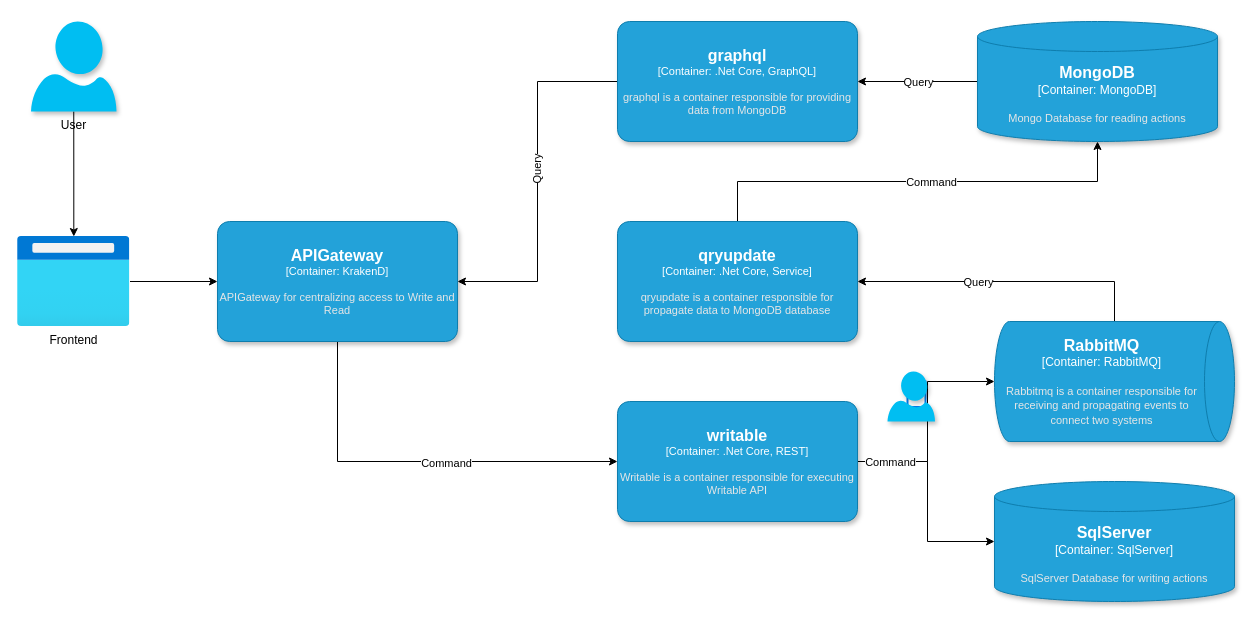
Before: container.drawio in dynagita/CQRS_Study_Project, a draw.io diagram. Source tidied: cells renumbered, new cells numbered last; positions are measured from the earlier drawing's top-left corner, leaving out a move shared by most shapes. Both pictures are drawn from the tidied source at 100%, with x=0, y=0 at pixel (17, 21).
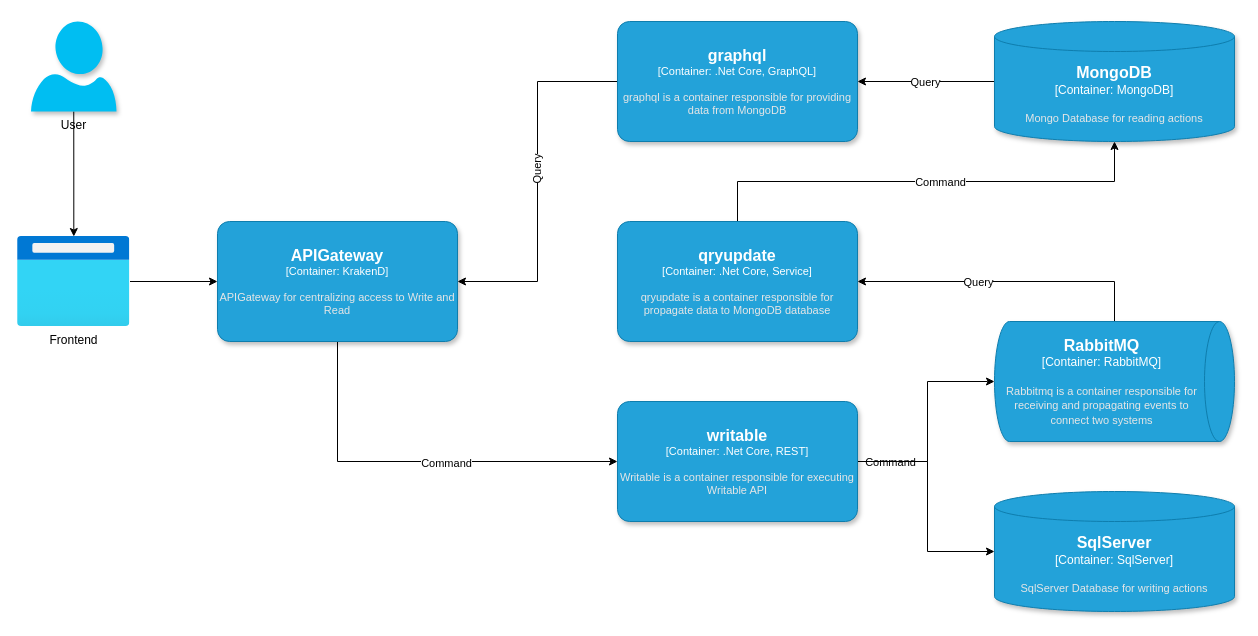
After the change.

Unchanged cells that the change refers to:
```xml
<object id="12" label="&lt;font style=&quot;font-size: 16px&quot;&gt;&lt;b&gt;%c4Name%&lt;/b&gt;&lt;/font&gt;&lt;div&gt;[%c4Type%: %c4Technology%]&lt;/div&gt;&lt;br&gt;&lt;div&gt;&lt;font style=&quot;font-size: 11px&quot;&gt;&lt;font color=&quot;#E6E6E6&quot;&gt;%c4Description%&lt;/font&gt;&lt;/div&gt;" c4Description="Writable is a container responsible for executing Writable API" c4Name="writable" c4Technology=".Net Core, REST" c4Type="Container" placeholders="1">
  <mxCell style="rounded=1;whiteSpace=wrap;html=1;fontSize=11;labelBackgroundColor=none;fillColor=#23A2D9;fontColor=#ffffff;align=center;arcSize=10;strokeColor=#0E7DAD;points=[[0.25,0,0],[0.5,0,0],[0.75,0,0],[1,0.25,0],[1,0.5,0],[1,0.75,0],[0.75,1,0],[0.5,1,0],[0.25,1,0],[0,0.75,0],[0,0.5,0],[0,0.25,0]];shadow=1;" parent="1" vertex="1">
    <mxGeometry x="600" y="380" width="240" height="120" as="geometry" />
  </mxCell>
</object>
```

The edit, as a diff of the source:
```diff
@@
     <object id="4" label="&lt;font style=&quot;font-size: 16px&quot;&gt;&lt;b&gt;%c4Type%&lt;/b&gt;&lt;/font&gt;&lt;div&gt;[%c4Container%:&amp;nbsp;%c4Technology%]&lt;/div&gt;&lt;br&gt;&lt;div&gt;&lt;font style=&quot;font-size: 11px&quot;&gt;&lt;font color=&quot;#E6E6E6&quot;&gt;%c4Description%&lt;/font&gt;&lt;/div&gt;" c4Container="Container" c4Description="Mongo Database for reading actions" c4Technology="MongoDB" c4Type="MongoDB" placeholders="1">
       <mxCell style="shape=cylinder3;size=15;whiteSpace=wrap;html=1;boundedLbl=1;rounded=0;labelBackgroundColor=none;fillColor=#23A2D9;fontSize=12;fontColor=#ffffff;align=center;strokeColor=#0E7DAD;points=[[0.5,0,0],[1,0.25,0],[1,0.5,0],[1,0.75,0],[0.5,1,0],[0,0.75,0],[0,0.5,0],[0,0.25,0]];shadow=1;" parent="1" vertex="1">
-        <mxGeometry x="960" width="240" height="120" as="geometry" />
+        <mxGeometry x="977" width="240" height="120" as="geometry" />
       </mxCell>
     </object>
     <object id="5" label="&lt;font style=&quot;font-size: 16px&quot;&gt;&lt;b&gt;%c4Type%&lt;/b&gt;&lt;/font&gt;&lt;div&gt;[%c4Container%:&amp;nbsp;%c4Technology%]&lt;/div&gt;&lt;br&gt;&lt;div&gt;&lt;font style=&quot;font-size: 11px&quot;&gt;&lt;font color=&quot;#E6E6E6&quot;&gt;%c4Description%&lt;/font&gt;&lt;/div&gt;" c4Container="Container" c4Description="SqlServer Database for writing actions" c4Technology="SqlServer" c4Type="SqlServer" placeholders="1">
       <mxCell style="shape=cylinder3;size=15;whiteSpace=wrap;html=1;boundedLbl=1;rounded=0;labelBackgroundColor=none;fillColor=#23A2D9;fontSize=12;fontColor=#ffffff;align=center;strokeColor=#0E7DAD;points=[[0.5,0,0],[1,0.25,0],[1,0.5,0],[1,0.75,0],[0.5,1,0],[0,0.75,0],[0,0.5,0],[0,0.25,0]];shadow=1;" parent="1" vertex="1">
-        <mxGeometry x="977" y="460" width="240" height="120" as="geometry" />
+        <mxGeometry x="977" y="470" width="240" height="120" as="geometry" />
       </mxCell>
     </object>
@@
-    <mxCell id="9" style="edgeStyle=orthogonalEdgeStyle;rounded=0;jettySize=auto;html=1;entryX=0;entryY=0.5;entryDx=0;entryDy=0;entryPerimeter=0;" parent="1" edge="1" source="12" target="5">
-      <mxGeometry relative="1" as="geometry">
-        <Array as="points">
-          <mxPoint x="910" y="440" />
-          <mxPoint x="910" y="520" />
-        </Array>
-      </mxGeometry>
-    </mxCell>
@@
+    <mxCell id="9" style="edgeStyle=orthogonalEdgeStyle;rounded=0;jettySize=auto;html=1;entryX=0;entryY=0.5;entryDx=0;entryDy=0;entryPerimeter=0;" parent="1" edge="1" source="12" target="5">
+      <mxGeometry relative="1" as="geometry">
+        <Array as="points">
+          <mxPoint x="910" y="440" />
+          <mxPoint x="910" y="530" />
+        </Array>
+      </mxGeometry>
+    </mxCell>
@@
-    <mxCell id="24" style="html=1;verticalLabelPosition=bottom;align=center;labelBackgroundColor=#ffffff;verticalAlign=top;strokeWidth=2;strokeColor=#0080F0;shadow=0;dashed=0;shape=mxgraph.ios7.icons.smartphone;" parent="1" vertex="1">
-      <mxGeometry x="890" y="360" width="18" height="30" as="geometry" />
-    </mxCell>
@@
-    <mxCell id="26" style="verticalLabelPosition=bottom;html=1;verticalAlign=top;align=center;strokeColor=none;fillColor=#00BEF2;shape=mxgraph.azure.user;shadow=1;sketch=0;" parent="1" vertex="1">
-      <mxGeometry x="870" y="350" width="47.5" height="50" as="geometry" />
-    </mxCell>
```
